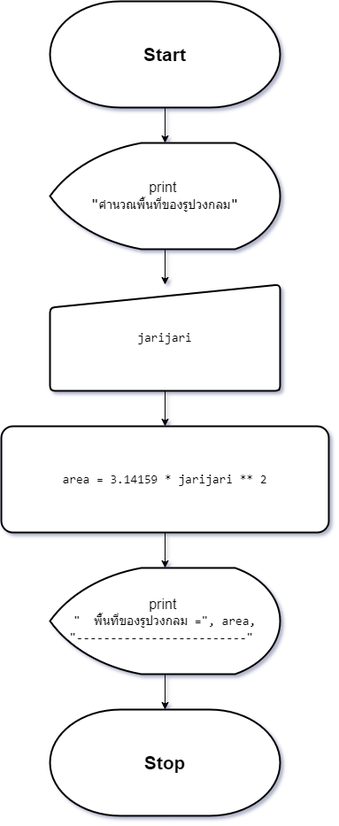
Earlier version of the draw.io export asset/F_png_file/sp_4.drawio.png (TeaplusSsuwan/Geometric_computation). Source tidied: cells renumbered, new cells last; positions are measured from the earlier drawing's top-left corner, leaving out a move shared by most shapes. Its diagram source:
```xml
<mxGraphModel>
  <root>
    <mxCell id="0" />
    <mxCell id="1" parent="0" />
    <mxCell id="2" value="&lt;font style=&quot;font-size: 21px;&quot;&gt;&lt;b&gt;Start&lt;/b&gt;&lt;/font&gt;" style="strokeWidth=2;html=1;shape=mxgraph.flowchart.terminator;whiteSpace=wrap;" parent="1" vertex="1">
      <mxGeometry x="55" width="260" height="120" as="geometry" />
    </mxCell>
    <mxCell id="3" style="edgeStyle=orthogonalEdgeStyle;rounded=0;jettySize=auto;html=1;entryX=0.5;entryY=0;entryDx=0;entryDy=0;" parent="1" edge="1" source="4" target="7">
      <mxGeometry relative="1" as="geometry" />
    </mxCell>
    <mxCell id="4" value="&lt;font style=&quot;font-size: 16px;&quot;&gt;print&amp;nbsp;&lt;/font&gt;&lt;div&gt;&lt;span style=&quot;font-family: Consolas, &amp;quot;Courier New&amp;quot;, monospace; white-space: pre;&quot;&gt;&lt;font style=&quot;font-size: 16px;&quot;&gt;&quot;&lt;/font&gt;&lt;/span&gt;&lt;span style=&quot;font-family: Consolas, &amp;quot;Courier New&amp;quot;, monospace; font-size: 14px; white-space: pre;&quot;&gt;คำนวณพื้นที่ของรูปวงกลม&lt;/span&gt;&lt;span style=&quot;font-family: Consolas, &amp;quot;Courier New&amp;quot;, monospace; font-size: 16px; white-space: pre;&quot;&gt;&quot;&lt;/span&gt;&lt;br&gt;&lt;/div&gt;" style="strokeWidth=2;html=1;shape=mxgraph.flowchart.display;whiteSpace=wrap;" parent="1" vertex="1">
      <mxGeometry x="55" y="160" width="260" height="120" as="geometry" />
    </mxCell>
    <mxCell id="5" style="edgeStyle=orthogonalEdgeStyle;rounded=0;jettySize=auto;html=1;entryX=0.5;entryY=0;entryDx=0;entryDy=0;entryPerimeter=0;" parent="1" edge="1" source="2" target="4">
      <mxGeometry relative="1" as="geometry" />
    </mxCell>
    <mxCell id="6" style="edgeStyle=orthogonalEdgeStyle;rounded=0;jettySize=auto;html=1;" parent="1" edge="1" source="7" target="9">
      <mxGeometry relative="1" as="geometry" />
    </mxCell>
    <mxCell id="7" value="&lt;div style=&quot;font-size: 16px;&quot;&gt;&lt;div style=&quot;font-family: Consolas, &amp;quot;Courier New&amp;quot;, monospace; font-size: 14px; line-height: 19px; white-space: pre;&quot;&gt;&lt;div style=&quot;line-height: 19px;&quot;&gt;&lt;div style=&quot;line-height: 19px;&quot;&gt;jarijari&lt;/div&gt;&lt;/div&gt;&lt;/div&gt;&lt;/div&gt;" style="html=1;strokeWidth=2;shape=manualInput;whiteSpace=wrap;rounded=1;size=26;arcSize=11;" parent="1" vertex="1">
      <mxGeometry x="55" y="320" width="260" height="120" as="geometry" />
    </mxCell>
    <mxCell id="8" style="edgeStyle=orthogonalEdgeStyle;rounded=0;jettySize=auto;html=1;" parent="1" edge="1" source="9" target="11">
      <mxGeometry relative="1" as="geometry" />
    </mxCell>
    <mxCell id="9" value="&lt;div style=&quot;font-family: Consolas, &amp;quot;Courier New&amp;quot;, monospace; font-size: 16px; line-height: 19px; white-space: pre;&quot;&gt;&lt;div style=&quot;font-size: 14px; line-height: 19px;&quot;&gt;&lt;div style=&quot;&quot;&gt;&lt;div style=&quot;line-height: 19px;&quot;&gt;&lt;div style=&quot;&quot;&gt;&lt;div style=&quot;line-height: 19px;&quot;&gt;&lt;span style=&quot;background-color: rgb(255, 255, 255);&quot;&gt;area = 3.14159 * jarijari ** 2&lt;/span&gt;&lt;/div&gt;&lt;/div&gt;&lt;/div&gt;&lt;/div&gt;&lt;/div&gt;&lt;/div&gt;" style="rounded=1;whiteSpace=wrap;html=1;strokeWidth=2;arcSize=11;" parent="1" vertex="1">
      <mxGeometry y="480" width="370" height="120" as="geometry" />
    </mxCell>
    <mxCell id="10" style="edgeStyle=orthogonalEdgeStyle;rounded=0;jettySize=auto;html=1;" parent="1" edge="1" source="11" target="12">
      <mxGeometry relative="1" as="geometry" />
    </mxCell>
    <mxCell id="11" value="&lt;font style=&quot;font-size: 16px;&quot;&gt;print&amp;nbsp;&lt;/font&gt;&lt;div&gt;&lt;div style=&quot;font-family: Consolas, &amp;quot;Courier New&amp;quot;, monospace; font-size: 14px; line-height: 19px; white-space: pre;&quot;&gt;&quot; &amp;nbsp;พื้นที่ของรูปวงกลม =&quot;, area,&lt;br&gt;&lt;/div&gt;&lt;div style=&quot;font-family: Consolas, &amp;quot;Courier New&amp;quot;, monospace; font-size: 14px; line-height: 19px; white-space: pre;&quot;&gt;&quot;-------------------------&quot; &lt;/div&gt;&lt;/div&gt;" style="strokeWidth=2;html=1;shape=mxgraph.flowchart.display;whiteSpace=wrap;" parent="1" vertex="1">
      <mxGeometry x="55" y="640" width="260" height="120" as="geometry" />
    </mxCell>
    <mxCell id="12" value="&lt;font style=&quot;font-size: 21px;&quot;&gt;&lt;b&gt;Stop&lt;/b&gt;&lt;/font&gt;" style="strokeWidth=2;html=1;shape=mxgraph.flowchart.terminator;whiteSpace=wrap;" parent="1" vertex="1">
      <mxGeometry x="55" y="800" width="260" height="120" as="geometry" />
    </mxCell>
  </root>
</mxGraphModel>
```
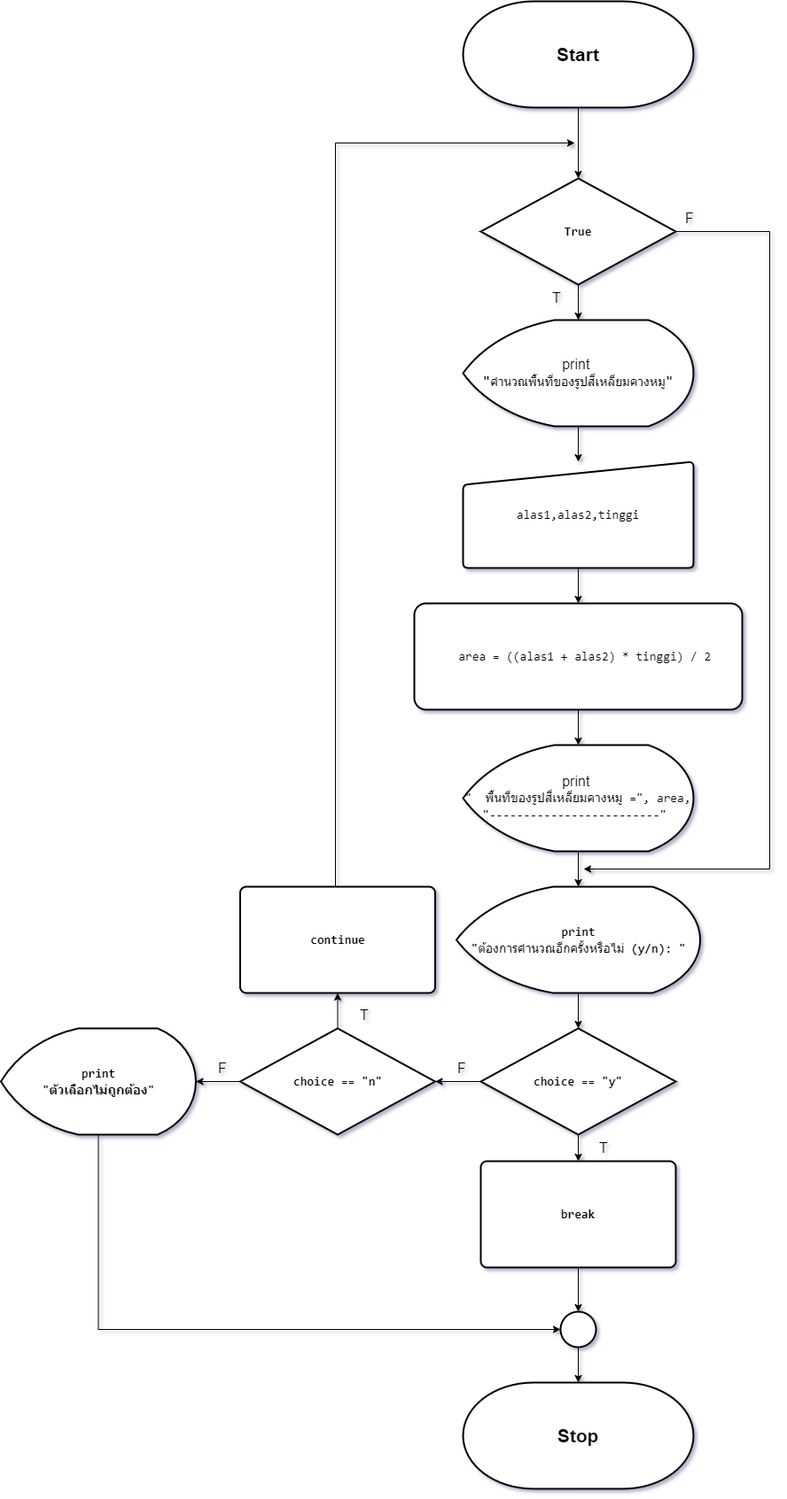
The same diagram one commit later.

Change to the diagram source:
```diff
@@ -2,38 +2,128 @@
   <root>
     <mxCell id="0" />
     <mxCell id="1" parent="0" />
+    <mxCell id="13" style="edgeStyle=orthogonalEdgeStyle;rounded=0;jettySize=auto;html=1;" parent="1" edge="1" source="2" target="16">
+      <mxGeometry relative="1" as="geometry" />
+    </mxCell>
     <mxCell id="2" value="&lt;font style=&quot;font-size: 21px;&quot;&gt;&lt;b&gt;Start&lt;/b&gt;&lt;/font&gt;" style="strokeWidth=2;html=1;shape=mxgraph.flowchart.terminator;whiteSpace=wrap;" parent="1" vertex="1">
-      <mxGeometry x="55" width="260" height="120" as="geometry" />
+      <mxGeometry x="55" y="-200" width="260" height="120" as="geometry" />
     </mxCell>
     <mxCell id="3" style="edgeStyle=orthogonalEdgeStyle;rounded=0;jettySize=auto;html=1;entryX=0.5;entryY=0;entryDx=0;entryDy=0;" parent="1" edge="1" source="4" target="7">
       <mxGeometry relative="1" as="geometry" />
     </mxCell>
-    <mxCell id="4" value="&lt;font style=&quot;font-size: 16px;&quot;&gt;print&amp;nbsp;&lt;/font&gt;&lt;div&gt;&lt;span style=&quot;font-family: Consolas, &amp;quot;Courier New&amp;quot;, monospace; white-space: pre;&quot;&gt;&lt;font style=&quot;font-size: 16px;&quot;&gt;&quot;&lt;/font&gt;&lt;/span&gt;&lt;span style=&quot;font-family: Consolas, &amp;quot;Courier New&amp;quot;, monospace; font-size: 14px; white-space: pre;&quot;&gt;คำนวณพื้นที่ของรูปวงกลม&lt;/span&gt;&lt;span style=&quot;font-family: Consolas, &amp;quot;Courier New&amp;quot;, monospace; font-size: 16px; white-space: pre;&quot;&gt;&quot;&lt;/span&gt;&lt;br&gt;&lt;/div&gt;" style="strokeWidth=2;html=1;shape=mxgraph.flowchart.display;whiteSpace=wrap;" parent="1" vertex="1">
+    <mxCell id="4" value="&lt;font style=&quot;font-size: 16px;&quot;&gt;print&amp;nbsp;&lt;/font&gt;&lt;div&gt;&lt;span style=&quot;font-family: Consolas, &amp;quot;Courier New&amp;quot;, monospace; white-space: pre;&quot;&gt;&lt;font style=&quot;font-size: 16px;&quot;&gt;&quot;&lt;/font&gt;&lt;/span&gt;&lt;span style=&quot;font-family: Consolas, &amp;quot;Courier New&amp;quot;, monospace; font-size: 14px; white-space: pre;&quot;&gt;คำนวณพื้นที่ของรูปสี่เหลี่ยมคางหมู&lt;/span&gt;&lt;span style=&quot;font-family: Consolas, &amp;quot;Courier New&amp;quot;, monospace; font-size: 16px; white-space: pre;&quot;&gt;&quot;&lt;/span&gt;&lt;br&gt;&lt;/div&gt;" style="strokeWidth=2;html=1;shape=mxgraph.flowchart.display;whiteSpace=wrap;" parent="1" vertex="1">
       <mxGeometry x="55" y="160" width="260" height="120" as="geometry" />
     </mxCell>
-    <mxCell id="5" style="edgeStyle=orthogonalEdgeStyle;rounded=0;jettySize=auto;html=1;entryX=0.5;entryY=0;entryDx=0;entryDy=0;entryPerimeter=0;" parent="1" edge="1" source="2" target="4">
-      <mxGeometry relative="1" as="geometry" />
-    </mxCell>
     <mxCell id="6" style="edgeStyle=orthogonalEdgeStyle;rounded=0;jettySize=auto;html=1;" parent="1" edge="1" source="7" target="9">
       <mxGeometry relative="1" as="geometry" />
     </mxCell>
-    <mxCell id="7" value="&lt;div style=&quot;font-size: 16px;&quot;&gt;&lt;div style=&quot;font-family: Consolas, &amp;quot;Courier New&amp;quot;, monospace; font-size: 14px; line-height: 19px; white-space: pre;&quot;&gt;&lt;div style=&quot;line-height: 19px;&quot;&gt;&lt;div style=&quot;line-height: 19px;&quot;&gt;jarijari&lt;/div&gt;&lt;/div&gt;&lt;/div&gt;&lt;/div&gt;" style="html=1;strokeWidth=2;shape=manualInput;whiteSpace=wrap;rounded=1;size=26;arcSize=11;" parent="1" vertex="1">
+    <mxCell id="7" value="&lt;div style=&quot;font-size: 16px;&quot;&gt;&lt;div style=&quot;font-family: Consolas, &amp;quot;Courier New&amp;quot;, monospace; font-size: 14px; line-height: 19px; white-space: pre;&quot;&gt;&lt;div style=&quot;line-height: 19px;&quot;&gt;&lt;div style=&quot;line-height: 19px;&quot;&gt;&lt;div style=&quot;line-height: 19px;&quot;&gt;&lt;span style=&quot;background-color: rgb(255, 255, 255);&quot;&gt;alas1,alas2,tinggi&lt;/span&gt;&lt;/div&gt;&lt;/div&gt;&lt;/div&gt;&lt;/div&gt;&lt;/div&gt;" style="html=1;strokeWidth=2;shape=manualInput;whiteSpace=wrap;rounded=1;size=26;arcSize=11;" parent="1" vertex="1">
       <mxGeometry x="55" y="320" width="260" height="120" as="geometry" />
     </mxCell>
     <mxCell id="8" style="edgeStyle=orthogonalEdgeStyle;rounded=0;jettySize=auto;html=1;" parent="1" edge="1" source="9" target="11">
       <mxGeometry relative="1" as="geometry" />
     </mxCell>
-    <mxCell id="9" value="&lt;div style=&quot;font-family: Consolas, &amp;quot;Courier New&amp;quot;, monospace; font-size: 16px; line-height: 19px; white-space: pre;&quot;&gt;&lt;div style=&quot;font-size: 14px; line-height: 19px;&quot;&gt;&lt;div style=&quot;&quot;&gt;&lt;div style=&quot;line-height: 19px;&quot;&gt;&lt;div style=&quot;&quot;&gt;&lt;div style=&quot;line-height: 19px;&quot;&gt;&lt;span style=&quot;background-color: rgb(255, 255, 255);&quot;&gt;area = 3.14159 * jarijari ** 2&lt;/span&gt;&lt;/div&gt;&lt;/div&gt;&lt;/div&gt;&lt;/div&gt;&lt;/div&gt;&lt;/div&gt;" style="rounded=1;whiteSpace=wrap;html=1;strokeWidth=2;arcSize=11;" parent="1" vertex="1">
+    <mxCell id="9" value="&lt;div style=&quot;font-family: Consolas, &amp;quot;Courier New&amp;quot;, monospace; font-size: 16px; line-height: 19px; white-space: pre;&quot;&gt;&lt;div style=&quot;font-size: 14px; line-height: 19px;&quot;&gt;&lt;div style=&quot;&quot;&gt;&lt;div style=&quot;line-height: 19px;&quot;&gt;&lt;div style=&quot;&quot;&gt;&lt;div style=&quot;line-height: 19px;&quot;&gt;&lt;div style=&quot;line-height: 19px;&quot;&gt;&lt;div style=&quot;&quot;&gt;&amp;nbsp; area = ((alas1 + alas2) * tinggi) / 2&lt;/div&gt;&lt;/div&gt;&lt;/div&gt;&lt;/div&gt;&lt;/div&gt;&lt;/div&gt;&lt;/div&gt;&lt;/div&gt;" style="rounded=1;whiteSpace=wrap;html=1;strokeWidth=2;arcSize=11;" parent="1" vertex="1">
       <mxGeometry y="480" width="370" height="120" as="geometry" />
     </mxCell>
-    <mxCell id="10" style="edgeStyle=orthogonalEdgeStyle;rounded=0;jettySize=auto;html=1;" parent="1" edge="1" source="11" target="12">
-      <mxGeometry relative="1" as="geometry" />
-    </mxCell>
+    <mxCell id="14" style="edgeStyle=orthogonalEdgeStyle;rounded=0;jettySize=auto;html=1;" parent="1" edge="1" source="11" target="20">
+      <mxGeometry relative="1" as="geometry" />
+    </mxCell>
-    <mxCell id="11" value="&lt;font style=&quot;font-size: 16px;&quot;&gt;print&amp;nbsp;&lt;/font&gt;&lt;div&gt;&lt;div style=&quot;font-family: Consolas, &amp;quot;Courier New&amp;quot;, monospace; font-size: 14px; line-height: 19px; white-space: pre;&quot;&gt;&quot; &amp;nbsp;พื้นที่ของรูปวงกลม =&quot;, area,&lt;br&gt;&lt;/div&gt;&lt;div style=&quot;font-family: Consolas, &amp;quot;Courier New&amp;quot;, monospace; font-size: 14px; line-height: 19px; white-space: pre;&quot;&gt;&quot;-------------------------&quot; &lt;/div&gt;&lt;/div&gt;" style="strokeWidth=2;html=1;shape=mxgraph.flowchart.display;whiteSpace=wrap;" parent="1" vertex="1">
+    <mxCell id="11" value="&lt;font style=&quot;font-size: 16px;&quot;&gt;print&amp;nbsp;&lt;/font&gt;&lt;div&gt;&lt;div style=&quot;font-family: Consolas, &amp;quot;Courier New&amp;quot;, monospace; font-size: 14px; line-height: 19px; white-space: pre;&quot;&gt;&quot; &amp;nbsp;พื้นที่ของรูปสี่เหลี่ยมคางหมู =&quot;, area,&lt;br&gt;&lt;/div&gt;&lt;div style=&quot;font-family: Consolas, &amp;quot;Courier New&amp;quot;, monospace; font-size: 14px; line-height: 19px; white-space: pre;&quot;&gt;&quot;-------------------------&quot; &lt;/div&gt;&lt;/div&gt;" style="strokeWidth=2;html=1;shape=mxgraph.flowchart.display;whiteSpace=wrap;" parent="1" vertex="1">
       <mxGeometry x="55" y="640" width="260" height="120" as="geometry" />
     </mxCell>
     <mxCell id="12" value="&lt;font style=&quot;font-size: 21px;&quot;&gt;&lt;b&gt;Stop&lt;/b&gt;&lt;/font&gt;" style="strokeWidth=2;html=1;shape=mxgraph.flowchart.terminator;whiteSpace=wrap;" parent="1" vertex="1">
-      <mxGeometry x="55" y="800" width="260" height="120" as="geometry" />
+      <mxGeometry x="55" y="1360" width="260" height="120" as="geometry" />
     </mxCell>
+    <mxCell id="15" style="edgeStyle=orthogonalEdgeStyle;rounded=0;jettySize=auto;html=1;" parent="1" edge="1" source="16" target="4">
+      <mxGeometry relative="1" as="geometry" />
+    </mxCell>
+    <mxCell id="16" value="&lt;div style=&quot;font-family: Consolas, &amp;quot;Courier New&amp;quot;, monospace; font-size: 14px; line-height: 19px; white-space: pre;&quot;&gt;&lt;span style=&quot;font-size: 14px;&quot;&gt;True&lt;/span&gt;&lt;/div&gt;" style="rhombus;whiteSpace=wrap;html=1;strokeWidth=2;labelBackgroundColor=none;fontColor=default;fontSize=14;fontStyle=1;" parent="1" vertex="1">
+      <mxGeometry x="75" width="220" height="120" as="geometry" />
+    </mxCell>
+    <mxCell id="17" value="T" style="text;html=1;align=center;verticalAlign=middle;whiteSpace=wrap;rounded=0;fontSize=16;" parent="1" vertex="1">
+      <mxGeometry x="131" y="120" width="60" height="30" as="geometry" />
+    </mxCell>
+    <mxCell id="18" value="F" style="text;html=1;align=center;verticalAlign=middle;whiteSpace=wrap;rounded=0;fontSize=16;" parent="1" vertex="1">
+      <mxGeometry x="281" y="30" width="60" height="30" as="geometry" />
+    </mxCell>
+    <mxCell id="19" style="edgeStyle=orthogonalEdgeStyle;rounded=0;jettySize=auto;html=1;labelBackgroundColor=none;fontColor=default;fontSize=14;fontStyle=1;" parent="1" edge="1" source="20" target="23">
+      <mxGeometry relative="1" as="geometry" />
+    </mxCell>
+    <mxCell id="20" value="&lt;div style=&quot;font-family: Consolas, &amp;quot;Courier New&amp;quot;, monospace; font-size: 14px; line-height: 19px; white-space: pre;&quot;&gt;&lt;div style=&quot;line-height: 19px; font-size: 14px;&quot;&gt;&lt;span style=&quot;font-size: 14px;&quot;&gt;print&lt;/span&gt;&lt;/div&gt;&lt;/div&gt;&lt;div style=&quot;font-family: Consolas, &amp;quot;Courier New&amp;quot;, monospace; font-size: 14px; line-height: 19px; white-space: pre;&quot;&gt;&lt;div style=&quot;line-height: 19px; font-size: 14px;&quot;&gt;&lt;span style=&quot;font-size: 14px;&quot;&gt;&quot;&lt;/span&gt;&lt;span style=&quot;font-weight: normal;&quot;&gt;ต้องการคำนวณอีกครั้งหรือไม่&lt;/span&gt;&lt;span style=&quot;background-color: initial;&quot;&gt; (y/n): &quot;&lt;/span&gt;&lt;br&gt;&lt;/div&gt;&lt;/div&gt;" style="strokeWidth=2;html=1;shape=mxgraph.flowchart.display;whiteSpace=wrap;labelBackgroundColor=none;fontColor=default;fontSize=14;fontStyle=1;" parent="1" vertex="1">
+      <mxGeometry x="47.5" y="800" width="275" height="120" as="geometry" />
+    </mxCell>
+    <mxCell id="21" style="edgeStyle=orthogonalEdgeStyle;rounded=0;jettySize=auto;html=1;labelBackgroundColor=none;fontColor=default;fontSize=14;fontStyle=1;" parent="1" edge="1" source="23" target="26">
+      <mxGeometry relative="1" as="geometry" />
+    </mxCell>
+    <mxCell id="22" style="edgeStyle=orthogonalEdgeStyle;rounded=0;jettySize=auto;html=1;labelBackgroundColor=none;fontColor=default;fontSize=14;fontStyle=1;" parent="1" edge="1" source="23" target="30">
+      <mxGeometry relative="1" as="geometry" />
+    </mxCell>
+    <mxCell id="23" value="&lt;div style=&quot;font-family: Consolas, &amp;quot;Courier New&amp;quot;, monospace; font-size: 14px; line-height: 19px; white-space: pre;&quot;&gt;&lt;span style=&quot;font-size: 14px;&quot;&gt;choice &lt;/span&gt;== &lt;span style=&quot;font-size: 14px;&quot;&gt;&quot;y&quot;&lt;/span&gt;&lt;/div&gt;" style="rhombus;whiteSpace=wrap;html=1;strokeWidth=2;labelBackgroundColor=none;fontColor=default;fontSize=14;fontStyle=1;" parent="1" vertex="1">
+      <mxGeometry x="75" y="960" width="220" height="120" as="geometry" />
+    </mxCell>
+    <mxCell id="24" style="edgeStyle=orthogonalEdgeStyle;rounded=0;jettySize=auto;html=1;labelBackgroundColor=none;fontColor=default;fontSize=14;fontStyle=1;" parent="1" edge="1" source="26" target="28">
+      <mxGeometry relative="1" as="geometry" />
+    </mxCell>
+    <mxCell id="25" style="edgeStyle=orthogonalEdgeStyle;rounded=0;jettySize=auto;html=1;labelBackgroundColor=none;fontColor=default;fontSize=14;fontStyle=1;" parent="1" edge="1" source="26" target="32">
+      <mxGeometry relative="1" as="geometry" />
+    </mxCell>
+    <mxCell id="26" value="&lt;div style=&quot;font-family: Consolas, &amp;quot;Courier New&amp;quot;, monospace; font-size: 14px; line-height: 19px; white-space: pre;&quot;&gt;&lt;span style=&quot;font-size: 14px;&quot;&gt;choice &lt;/span&gt;== &lt;span style=&quot;font-size: 14px;&quot;&gt;&quot;&lt;/span&gt;&lt;span style=&quot;font-size: 14px;&quot;&gt;n&lt;/span&gt;&lt;span style=&quot;font-size: 14px;&quot;&gt;&quot;&lt;/span&gt;&lt;br style=&quot;font-size: 14px;&quot;&gt;&lt;/div&gt;" style="rhombus;whiteSpace=wrap;html=1;strokeWidth=2;labelBackgroundColor=none;fontColor=default;fontSize=14;fontStyle=1;" parent="1" vertex="1">
+      <mxGeometry x="-196.5" y="960" width="220" height="120" as="geometry" />
+    </mxCell>
+    <mxCell id="27" style="edgeStyle=orthogonalEdgeStyle;rounded=0;jettySize=auto;html=1;entryX=0;entryY=0.5;entryDx=0;entryDy=0;" parent="1" edge="1" source="28" target="38">
+      <mxGeometry relative="1" as="geometry">
+        <Array as="points">
+          <mxPoint x="-356.5" y="1300" />
+        </Array>
+      </mxGeometry>
+    </mxCell>
+    <mxCell id="28" value="&lt;div style=&quot;font-family: Consolas, &amp;quot;Courier New&amp;quot;, monospace; font-size: 14px; line-height: 19px; white-space: pre;&quot;&gt;&lt;div style=&quot;line-height: 19px; font-size: 14px;&quot;&gt;&lt;span style=&quot;font-size: 14px;&quot;&gt;print&lt;/span&gt;&lt;/div&gt;&lt;/div&gt;&lt;div style=&quot;font-family: Consolas, &amp;quot;Courier New&amp;quot;, monospace; font-size: 14px; line-height: 19px; white-space: pre;&quot;&gt;&lt;span style=&quot;font-size: 14px;&quot;&gt;&quot;&lt;/span&gt;&lt;span style=&quot;font-size: 14px;&quot;&gt;ตัวเลือกไม่ถูกต้อง&lt;/span&gt;&lt;span style=&quot;font-size: 14px;&quot;&gt;&quot;&lt;/span&gt;&lt;br style=&quot;font-size: 14px;&quot;&gt;&lt;/div&gt;" style="strokeWidth=2;html=1;shape=mxgraph.flowchart.display;whiteSpace=wrap;labelBackgroundColor=none;fontColor=default;fontSize=14;fontStyle=1;" parent="1" vertex="1">
+      <mxGeometry x="-466.5" y="960" width="220" height="120" as="geometry" />
+    </mxCell>
+    <mxCell id="29" style="edgeStyle=orthogonalEdgeStyle;rounded=0;jettySize=auto;html=1;" parent="1" edge="1" source="30" target="38">
+      <mxGeometry relative="1" as="geometry" />
+    </mxCell>
+    <mxCell id="30" value="&lt;div style=&quot;font-family: Consolas, &amp;quot;Courier New&amp;quot;, monospace; font-size: 14px; line-height: 19px; white-space: pre;&quot;&gt;&lt;span style=&quot;font-size: 14px;&quot;&gt;break&lt;/span&gt;&lt;/div&gt;" style="rounded=1;whiteSpace=wrap;html=1;absoluteArcSize=1;arcSize=14;strokeWidth=2;labelBackgroundColor=none;fontColor=default;fontSize=14;fontStyle=1;" parent="1" vertex="1">
+      <mxGeometry x="75" y="1110" width="220" height="120" as="geometry" />
+    </mxCell>
+    <mxCell id="31" style="edgeStyle=orthogonalEdgeStyle;rounded=0;jettySize=auto;html=1;" parent="1" edge="1" source="32">
+      <mxGeometry relative="1" as="geometry">
+        <mxPoint x="181" y="-40" as="targetPoint" />
+        <Array as="points">
+          <mxPoint x="-89" y="-40" />
+        </Array>
+      </mxGeometry>
+    </mxCell>
+    <mxCell id="32" value="&lt;div style=&quot;font-family: Consolas, &amp;quot;Courier New&amp;quot;, monospace; font-size: 14px; line-height: 19px; white-space: pre;&quot;&gt;&lt;div style=&quot;line-height: 19px; font-size: 14px;&quot;&gt;&lt;span style=&quot;font-size: 14px;&quot;&gt;continue&lt;/span&gt;&lt;/div&gt;&lt;/div&gt;" style="rounded=1;whiteSpace=wrap;html=1;absoluteArcSize=1;arcSize=14;strokeWidth=2;labelBackgroundColor=none;fontColor=default;fontSize=14;fontStyle=1;" parent="1" vertex="1">
+      <mxGeometry x="-196.5" y="800" width="220" height="120" as="geometry" />
+    </mxCell>
+    <mxCell id="33" value="T" style="text;html=1;align=center;verticalAlign=middle;whiteSpace=wrap;rounded=0;fontSize=16;" parent="1" vertex="1">
+      <mxGeometry x="183.5" y="1080" width="60" height="30" as="geometry" />
+    </mxCell>
+    <mxCell id="34" value="T" style="text;html=1;align=center;verticalAlign=middle;whiteSpace=wrap;rounded=0;fontSize=16;" parent="1" vertex="1">
+      <mxGeometry x="-86.5" y="930" width="60" height="30" as="geometry" />
+    </mxCell>
+    <mxCell id="35" value="F" style="text;html=1;align=center;verticalAlign=middle;whiteSpace=wrap;rounded=0;fontSize=16;" parent="1" vertex="1">
+      <mxGeometry x="23.5" y="990" width="60" height="30" as="geometry" />
+    </mxCell>
+    <mxCell id="36" value="F" style="text;html=1;align=center;verticalAlign=middle;whiteSpace=wrap;rounded=0;fontSize=16;" parent="1" vertex="1">
+      <mxGeometry x="-246.5" y="990" width="60" height="30" as="geometry" />
+    </mxCell>
+    <mxCell id="37" style="edgeStyle=orthogonalEdgeStyle;rounded=0;jettySize=auto;html=1;" parent="1" edge="1" source="38" target="12">
+      <mxGeometry relative="1" as="geometry" />
+    </mxCell>
+    <mxCell id="38" style="ellipse;whiteSpace=wrap;html=1;strokeWidth=2;labelBackgroundColor=none;fontColor=default;fontSize=14;fontStyle=1;" parent="1" vertex="1">
+      <mxGeometry x="165" y="1280" width="40" height="40" as="geometry" />
+    </mxCell>
+    <mxCell id="39" style="edgeStyle=orthogonalEdgeStyle;rounded=0;jettySize=auto;html=1;" parent="1" edge="1" source="16">
+      <mxGeometry relative="1" as="geometry">
+        <mxPoint x="191" y="780" as="targetPoint" />
+        <Array as="points">
+          <mxPoint x="401" y="60" />
+          <mxPoint x="401" y="780" />
+        </Array>
+      </mxGeometry>
+    </mxCell>
   </root>
 </mxGraphModel>
```
